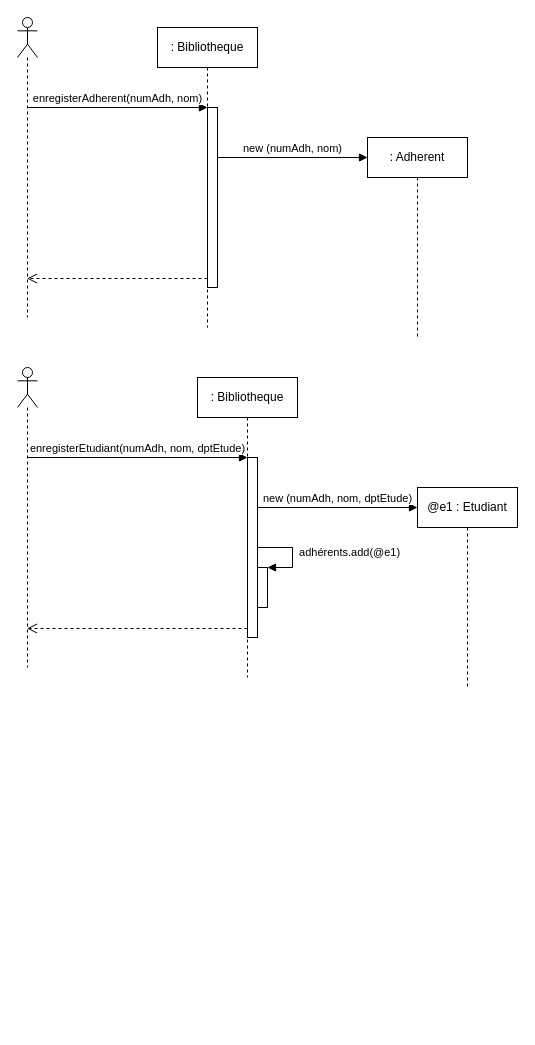
lisa-djerbi/TP25032022 keeps this draw.io diagram as page "3a" (2 of 4) of diagEmprunts.drawio. Above is the earlier version. Source tidied: cells renumbered, new cells numbered last; positions are measured from the earlier drawing's top-left corner, leaving out a move shared by most shapes. Both pictures are drawn from the tidied source at 100%, with x=0, y=0 at pixel (17, 17).
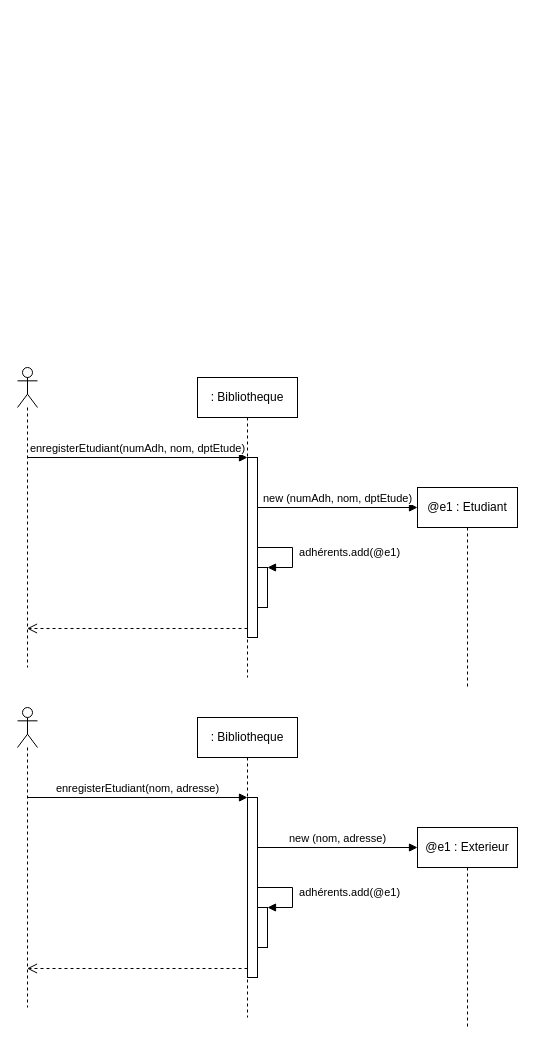
The same diagram, later.

The edit, as a diff of the source:
```diff
@@
-    <mxCell id="2" style="shape=umlLifeline;participant=umlActor;perimeter=lifelinePerimeter;whiteSpace=wrap;html=1;verticalAlign=top;spacingTop=36;outlineConnect=0;" parent="1" vertex="1">
-      <mxGeometry width="20" height="300" as="geometry" />
-    </mxCell>
-    <mxCell id="3" value=": Bibliotheque" style="shape=umlLifeline;perimeter=lifelinePerimeter;whiteSpace=wrap;html=1;" parent="1" vertex="1">
-      <mxGeometry x="140" y="10" width="100" height="300" as="geometry" />
-    </mxCell>
-    <mxCell id="4" style="html=1;points=[];perimeter=orthogonalPerimeter;" parent="3" vertex="1">
-      <mxGeometry x="50" y="80" width="10" height="180" as="geometry" />
-    </mxCell>
-    <mxCell id="5" value="enregisterAdherent(numAdh, nom)" style="html=1;verticalAlign=bottom;endArrow=block;entryX=0;entryY=0;rounded=0;" parent="1" edge="1" source="2" target="4">
-      <mxGeometry relative="1" as="geometry" />
-    </mxCell>
-    <mxCell id="6" style="html=1;verticalAlign=bottom;endArrow=open;dashed=1;endSize=8;exitX=0;exitY=0.95;rounded=0;" parent="1" edge="1" source="4" target="2">
-      <mxGeometry relative="1" as="geometry" />
-    </mxCell>
-    <mxCell id="7" value=": Adherent" style="shape=umlLifeline;perimeter=lifelinePerimeter;whiteSpace=wrap;html=1;" parent="1" vertex="1">
-      <mxGeometry x="350" y="120" width="100" height="200" as="geometry" />
-    </mxCell>
-    <mxCell id="8" value="new (numAdh, nom)" style="html=1;verticalAlign=bottom;endArrow=block;rounded=0;" parent="1" edge="1">
-      <mxGeometry relative="1" as="geometry">
-        <mxPoint x="200" y="140" as="sourcePoint" />
-        <mxPoint x="350" y="140" as="targetPoint" />
-      </mxGeometry>
-    </mxCell>
@@
+    <mxCell id="18" style="shape=umlLifeline;participant=umlActor;perimeter=lifelinePerimeter;whiteSpace=wrap;html=1;verticalAlign=top;spacingTop=36;outlineConnect=0;" parent="1" vertex="1">
+      <mxGeometry y="690" width="20" height="300" as="geometry" />
+    </mxCell>
+    <mxCell id="3" value=": Bibliotheque" style="shape=umlLifeline;perimeter=lifelinePerimeter;whiteSpace=wrap;html=1;" parent="1" vertex="1">
+      <mxGeometry x="180" y="700" width="100" height="300" as="geometry" />
+    </mxCell>
+    <mxCell id="4" style="html=1;points=[];perimeter=orthogonalPerimeter;" parent="3" vertex="1">
+      <mxGeometry x="50" y="80" width="10" height="180" as="geometry" />
+    </mxCell>
+    <mxCell id="19" value="new (nom, adresse)" style="html=1;verticalAlign=bottom;endArrow=block;rounded=0;" parent="3" edge="1" source="4">
+      <mxGeometry relative="1" as="geometry">
+        <mxPoint x="220" y="130" as="targetPoint" />
+      </mxGeometry>
+    </mxCell>
+    <mxCell id="20" style="html=1;points=[];perimeter=orthogonalPerimeter;" parent="3" vertex="1">
+      <mxGeometry x="60" y="190" width="10" height="40" as="geometry" />
+    </mxCell>
+    <mxCell id="21" value="&amp;nbsp;adhérents.add(@e1)" style="edgeStyle=orthogonalEdgeStyle;html=1;align=left;spacingLeft=2;endArrow=block;rounded=0;entryX=1;entryY=0;" parent="3" edge="1" source="4" target="20">
+      <mxGeometry relative="1" as="geometry">
+        <Array as="points">
+          <mxPoint x="95" y="170" />
+          <mxPoint x="95" y="190" />
+        </Array>
+      </mxGeometry>
+    </mxCell>
+    <mxCell id="22" value="enregisterEtudiant(nom, adresse)" style="html=1;verticalAlign=bottom;endArrow=block;entryX=0;entryY=0;rounded=0;" parent="1" edge="1" source="18" target="4">
+      <mxGeometry relative="1" as="geometry" />
+    </mxCell>
+    <mxCell id="23" style="html=1;verticalAlign=bottom;endArrow=open;dashed=1;endSize=8;exitX=0;exitY=0.95;rounded=0;" parent="1" edge="1" source="4" target="18">
+      <mxGeometry relative="1" as="geometry" />
+    </mxCell>
+    <mxCell id="24" value="@e1 : Exterieur" style="shape=umlLifeline;perimeter=lifelinePerimeter;whiteSpace=wrap;html=1;" parent="1" vertex="1">
+      <mxGeometry x="400" y="810" width="100" height="200" as="geometry" />
+    </mxCell>
```
